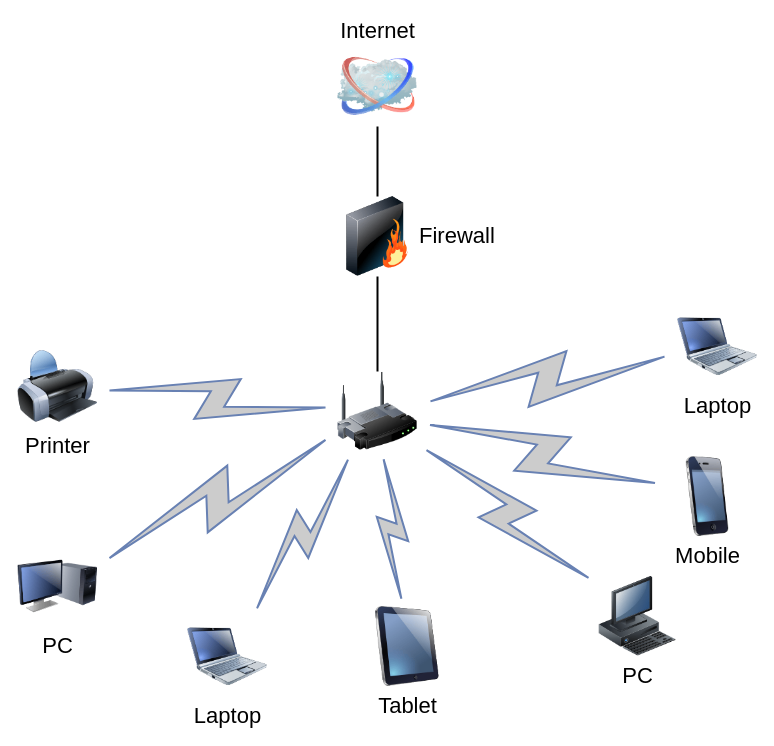
The draw.io diagram home-network.drawio in vladmilev/devops-netology, before the edit. Source tidied: cells renumbered, new cells numbered last; positions are measured from the earlier drawing's top-left corner, leaving out a move shared by most shapes. Both pictures are drawn from the tidied source at 100%, with x=0, y=0 at pixel (17, 46).
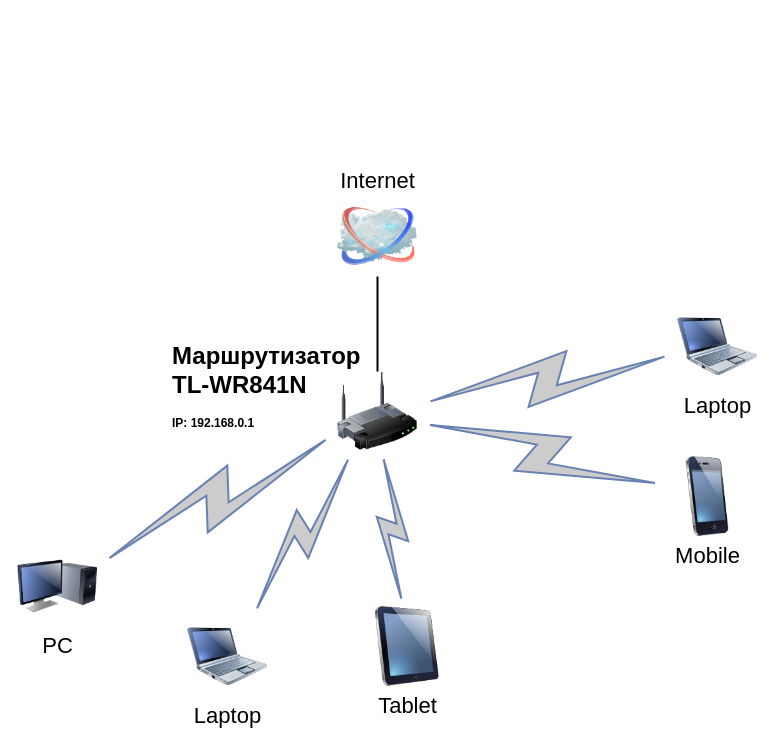
Above is the later version.

Unchanged cells that the change refers to:
```xml
<mxCell id="3" style="image;html=1;labelBackgroundColor=#ffffff;image=img/lib/clip_art/networking/Wireless_Router_128x128.png;rounded=1;shadow=0;comic=0;strokeWidth=2;fontSize=22;" parent="1" vertex="1">
  <mxGeometry x="320" y="325" width="80" height="80" as="geometry" />
</mxCell>
```

The edit, as a diff of the source:
```diff
@@
-    <mxCell id="2" style="edgeStyle=none;rounded=0;html=1;labelBackgroundColor=none;endArrow=none;strokeWidth=2;fontFamily=Verdana;fontSize=22;" parent="1" edge="1" source="3" target="6">
-      <mxGeometry relative="1" as="geometry" />
+    <mxCell id="2" style="edgeStyle=none;rounded=0;html=1;labelBackgroundColor=none;endArrow=none;strokeWidth=2;fontFamily=Verdana;fontSize=22;" parent="1" edge="1" source="3">
+      <mxGeometry relative="1" as="geometry">
+        <mxPoint x="360" y="230" as="targetPoint" />
+      </mxGeometry>
     </mxCell>
@@
     <mxCell id="4" value="Internet" style="image;html=1;labelBackgroundColor=#ffffff;image=img/lib/clip_art/networking/Cloud_128x128.png;rounded=1;shadow=0;comic=0;strokeWidth=2;fontSize=22;labelPosition=center;verticalLabelPosition=top;align=center;verticalAlign=bottom;" parent="1" vertex="1">
-      <mxGeometry x="320" width="80" height="80" as="geometry" />
+      <mxGeometry x="320" y="150" width="80" height="80" as="geometry" />
     </mxCell>
-    <mxCell id="5" style="edgeStyle=none;rounded=0;html=1;labelBackgroundColor=none;endArrow=none;strokeWidth=2;fontFamily=Verdana;fontSize=22;" parent="1" edge="1" source="6" target="4">
-      <mxGeometry relative="1" as="geometry" />
-    </mxCell>
-    <mxCell id="6" value="Firewall" style="image;html=1;labelBackgroundColor=#ffffff;image=img/lib/clip_art/networking/Firewall_128x128.png;rounded=1;shadow=0;comic=0;strokeWidth=2;fontSize=22;labelPosition=right;verticalLabelPosition=middle;align=left;verticalAlign=middle;" parent="1" vertex="1">
-      <mxGeometry x="320" y="150" width="80" height="80" as="geometry" />
-    </mxCell>
@@
-    <mxCell id="9" value="Printer" style="image;html=1;labelBackgroundColor=#ffffff;image=img/lib/clip_art/computers/Printer_128x128.png;rounded=1;shadow=0;comic=0;strokeWidth=2;fontSize=22;" parent="1" vertex="1">
-      <mxGeometry y="300" width="80" height="80" as="geometry" />
-    </mxCell>
-    <mxCell id="10" value="PC" style="image;html=1;labelBackgroundColor=#ffffff;image=img/lib/clip_art/computers/Workstation_128x128.png;rounded=1;shadow=0;comic=0;strokeWidth=2;fontSize=22;" parent="1" vertex="1">
-      <mxGeometry x="580" y="530" width="80" height="80" as="geometry" />
-    </mxCell>
@@
-    <mxCell id="14" style="html=1;fillColor=#CCCCCC;strokeColor=#6881B3;gradientColor=none;gradientDirection=north;strokeWidth=2;shape=mxgraph.networks.comm_link_edge;html=1;labelBackgroundColor=none;endArrow=none;fontFamily=Verdana;fontSize=22;fontColor=#000000;" parent="1" edge="1" source="9" target="3">
-      <mxGeometry relative="1" as="geometry" />
-    </mxCell>
@@
-    <mxCell id="18" style="html=1;fillColor=#CCCCCC;strokeColor=#6881B3;gradientColor=none;gradientDirection=north;strokeWidth=2;shape=mxgraph.networks.comm_link_edge;html=1;labelBackgroundColor=none;endArrow=none;fontFamily=Verdana;fontSize=22;fontColor=#000000;" parent="1" edge="1" source="10" target="3">
-      <mxGeometry relative="1" as="geometry" />
-    </mxCell>
@@
+    <mxCell id="21" value="&lt;h1&gt;Маршрутизатор TL-WR841N&lt;/h1&gt;&lt;p&gt;&lt;b&gt;IP: 192.168.0.1&lt;/b&gt;&lt;/p&gt;" style="text;html=1;strokeColor=none;fillColor=none;spacing=5;spacingTop=-20;whiteSpace=wrap;overflow=hidden;rounded=0;" parent="1" vertex="1">
+      <mxGeometry x="150" y="290" width="210" height="120" as="geometry" />
+    </mxCell>
+    <mxCell id="22" style="edgeStyle=orthogonalEdgeStyle;rounded=0;orthogonalLoop=1;jettySize=auto;html=1;exitX=0.5;exitY=1;exitDx=0;exitDy=0;" parent="1" edge="1" source="21" target="21">
+      <mxGeometry relative="1" as="geometry" />
+    </mxCell>
```
